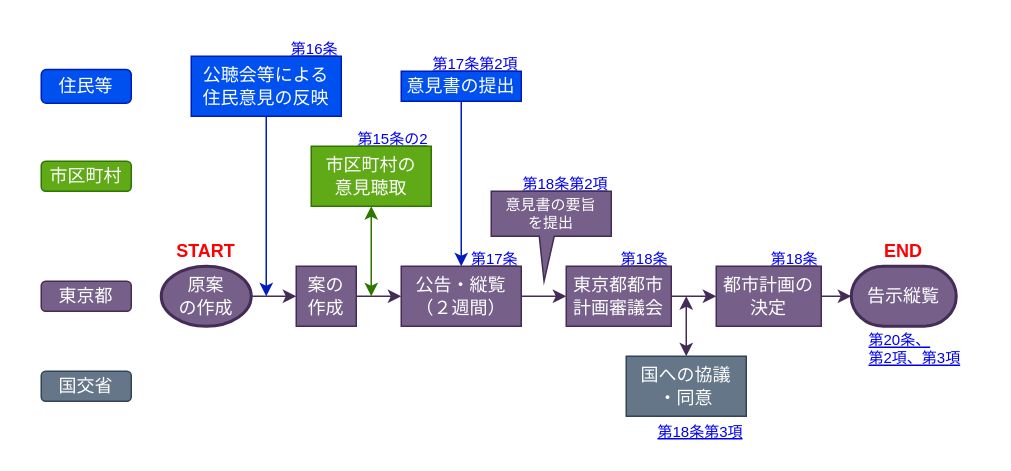
yasutakeyohei/book-yasutake keeps this draw.io diagram as src/sonota/machizukuri/machizukuri-1.drawio. Above is the earlier version. Source tidied: cells renumbered, new cells numbered last; positions are measured from the earlier drawing's top-left corner, leaving out a move shared by most shapes. Both pictures are drawn from the tidied source at 150%, with x=0, y=0 at pixel (26, 26).
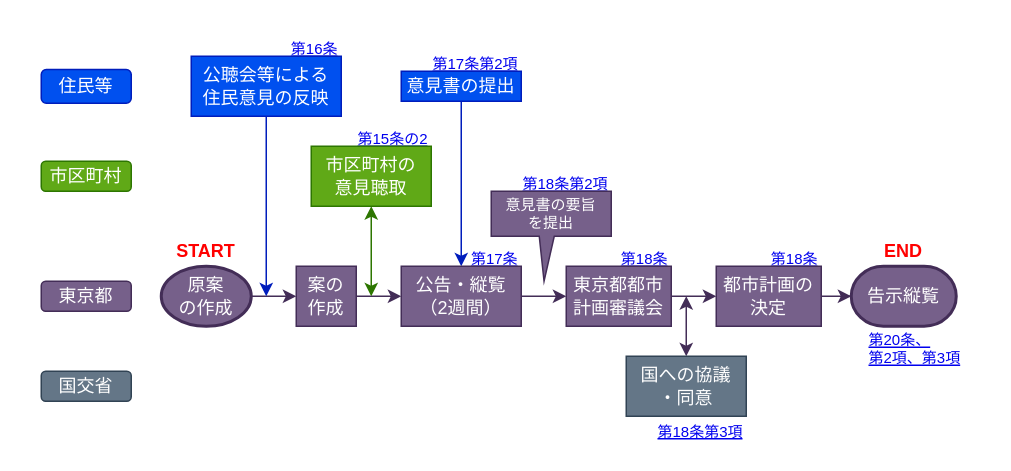
After the change.

Change to the diagram source:
```diff
@@
-    <mxCell id="37" value="公告・縦覧&lt;br&gt;（２週間）" style="rounded=0;whiteSpace=wrap;html=1;fillColor=#76608a;strokeColor=#432D57;fontColor=#ffffff;" parent="1" vertex="1">
+    <mxCell id="37" value="公告・縦覧&lt;br&gt;（2週間）" style="rounded=0;whiteSpace=wrap;html=1;fillColor=#76608a;strokeColor=#432D57;fontColor=#ffffff;" parent="1" vertex="1">
       <mxGeometry x="250" y="160" width="80" height="40" as="geometry" />
     </mxCell>
```
